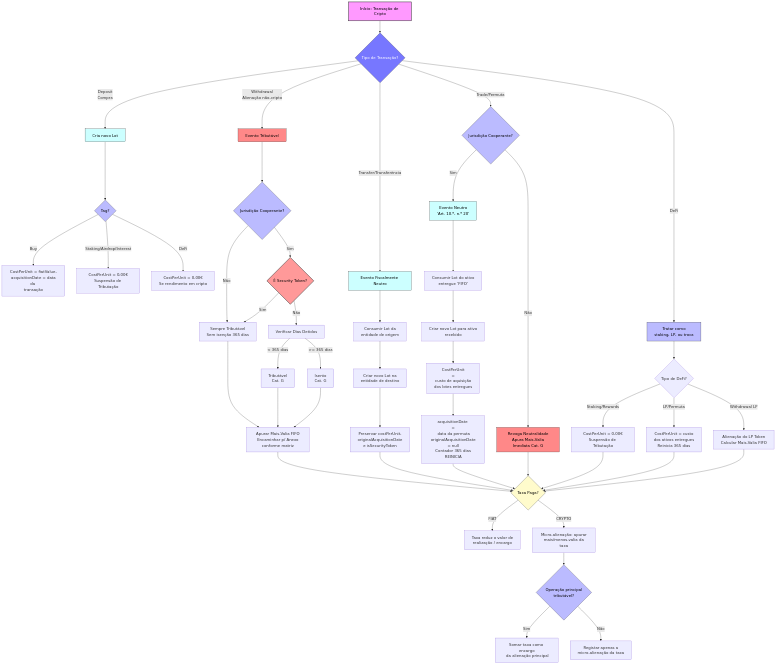
marotoweb/declaracriptopt keeps this Mermaid diagram as diagrams/fluxograma.mermaid.png. Above is the earlier version. Its source is kept beside it as fluxograma.mermaid. The source it was exported from:
```mermaid
flowchart TD
    A[Início: Transação de Cripto] --> B{Tipo de Transação?}

    B -->|Deposit<br>Compra| C[Cria novo Lot]
    C --> C1{Tag?}
    C1 -->|Buy| C2[CostPerUnit = fiatValue,<br> acquisitionDate = data da <br>transação]
    C1 -->|Staking/Airdrop/Interest| C3[CostPerUnit = 0,00€<br>Suspensão de Tributação]
    C1 -->|DeFi| C4[CostPerUnit = 0,00€<br>Se rendimento em cripto]

    B -->|Withdrawal<br>Alienação não-cripto| D[Evento Tributável]
    D --> D0{Jurisdição Cooperante?}
    D0 -->|Não| D2[Sempre Tributável<br>Isenção revogada pelo Art 10 n21]
    D0 -->|Sim| D1{É Security Token?}
    D1 -->|Sim| D2[Sempre Tributável<br> Sem isenção 365 dias]
    D1 -->|Não| D3[Verificar Dias Detidos]
    D3 -->|< 365 dias| D4[Tributável<br> Cat. G]
    D3 -->|&gt= 365 dias| D5[Isento<br> Cat. G]
    D2 & D4 & D5 --> D6[Apurar Mais-Valia FIFO<br> Encaminhar p/ Anexo conforme matriz]

    B -->|Transfer/Transferência| E[Evento Fiscalmente Neutro]
    E --> E1[Consumir Lot da<br> entidade de origem]
    E1 --> E2[Criar novo Lot na<br> entidade de destino]
    E2 --> E3[Preservar costPerUnit,<br> originalAcquisitionDate<br> e isSecurityToken]

    B -->|Trade/Permuta| F0{Jurisdição Cooperante?}
    F0 -->|Não| F_Tributavel[Revoga Neutralidade<br> Apura Mais-Valia Imediata Cat. G]
    F0 -->|Sim| F["Evento Neutro<br> 'Art. 10.º, n.º 20'"]
    F --> F1[Consumir Lot do ativo<br> entregue 'FIFO']
    F1 --> F2[Criar novo Lot para ativo<br> recebido]
    F2 --> F3[CostPerUnit <br>=<br> custo de aquisição<br> dos lotes entregues]
    F3 --> F4[acquisitionDate <br>=<br> data da permuta<br> originalAcquisitionDate = null<br> Contador 365 dias REINICIA]

    B -->|DeFi| G[Tratar como<br> staking, LP, ou troca]
    G --> G1{Tipo de DeFi?}
    G1 -->|Staking/Rewards| G2[CostPerUnit = 0,00€<br>Suspensão de Tributação]
    G1 -->|LP/Permuta| G3[CostPerUnit = custo<br> dos ativos entregues<br> Reinicia 365 dias]
    G1 -->|Withdrawal LP| G4[Alienação do LP Token<br> Calcular Mais-Valia FIFO]

    D6 --> H{Taxa Paga?}
    E3 --> H
    F4 --> H
    F_Tributavel --> H
    G2 --> H
    G3 --> H
    G4 --> H

    H -->|FIAT| H1[Taxa reduz o valor de<br> realização / encargo]
    H -->|CRYPTO| H2[Micro-alienação: apurar<br> mais/menos-valia da taxa]
    H2 --> H3{Operação principal<br> tributável?}
    H3 -->|Sim| H4[Somar taxa como encargo<br> da alienação principal]
    H3 -->|Não| H5[Registar apenas a<br> micro-alienação da taxa]

    style A fill:#f9f,stroke:#333,stroke-width:2px,color:#000
    style B fill:#77f,stroke:#333,stroke-width:1px,color:#fff
    style C fill:#cff,stroke:#333,stroke-width:1px,color:#000
    style D fill:#f88,stroke:#333,stroke-width:1px,color:#000
    style E fill:#cff,stroke:#333,stroke-width:1px,color:#000
    style F fill:#cff,stroke:#333,stroke-width:1px,color:#000
    style F_Tributavel fill:#f88,stroke:#333,stroke-width:1px,color:#000
    style G fill:#bbf,stroke:#333,stroke-width:1px,color:#000
    style H fill:#fffbcc,stroke:#333,stroke-width:1px,color:#000
    style D0 fill:#bbf,stroke:#333,stroke-width:1px,color:#000
    style D1 fill:#ff9999,stroke:#333,stroke-width:2px,color:#000
    style F0 fill:#bbf,stroke:#333,stroke-width:1px,color:#000
    style C1 fill:#bbf,stroke:#333,stroke-width:1px,color:#000
    style H3 fill:#bbf,stroke:#333,stroke-width:1px,color:#000
```
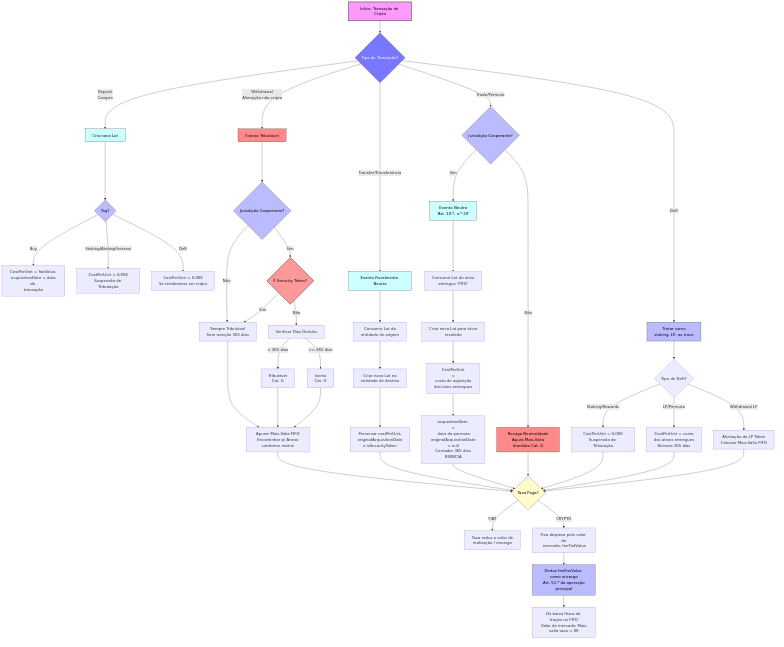
After the change.

Commit message:
docs: release v1.5.4 - refina lógica de taxas, FIFO e destino declarativo (#11)

What changed in the source:
```diff
@@ -45,10 +45,9 @@
     G4 --> H
 
     H -->|FIAT| H1[Taxa reduz o valor de<br> realização / encargo]
-    H -->|CRYPTO| H2[Micro-alienação: apurar<br> mais/menos-valia da taxa]
-    H2 --> H3{Operação principal<br> tributável?}
-    H3 -->|Sim| H4[Somar taxa como encargo<br> da alienação principal]
-    H3 -->|Não| H5[Registar apenas a<br> micro-alienação da taxa]
+    H -->|CRYPTO| H2[Fixa despesa pelo valor de<br> mercado: feeFiatValue]
+    H2 --> H3[Deduz feeFiatValue como encargo<br> Art. 51.º da operação principal]
+    H3 --> H4[Dá baixa física da fração no FIFO<br> Valor de mercado: Mais-valia taxa = 0€]
 
     style A fill:#f9f,stroke:#333,stroke-width:2px,color:#000
     style B fill:#77f,stroke:#333,stroke-width:1px,color:#fff
```
